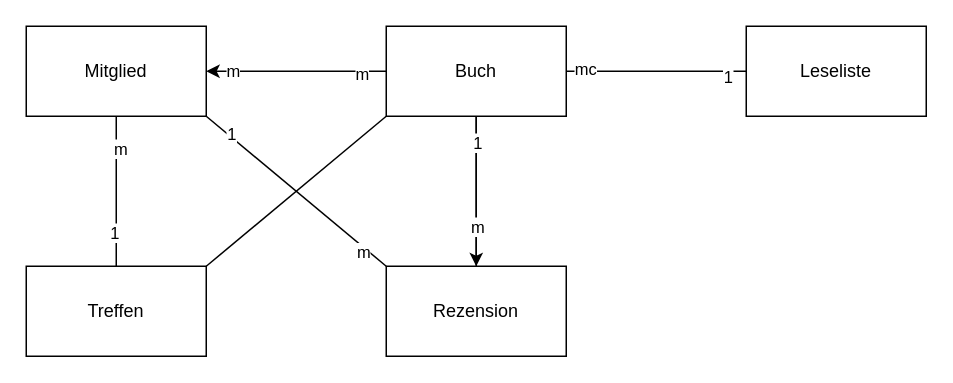
Earlier version of the draw.io diagram KN02/Untitled Diagram.drawio (ElmarKessler/m165_elmarkessler). Source tidied: cells renumbered, new cells numbered last; positions are measured from the earlier drawing's top-left corner, leaving out a move shared by most shapes. Both pictures are drawn from the tidied source at 150%, with x=0, y=0 at pixel (26, 26).
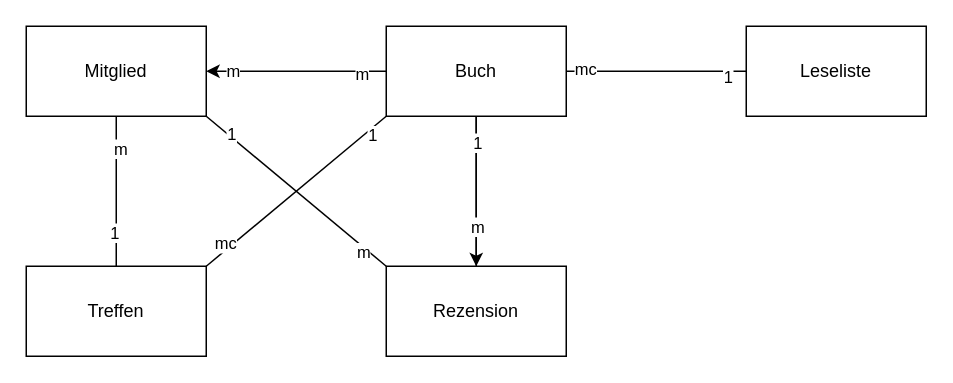
The same page after the edit.

The change refers to these unchanged cells:
```xml
<mxCell id="20" style="endArrow=none;html=1;rounded=0;entryX=0;entryY=1;entryDx=0;entryDy=0;" parent="1" edge="1" target="7">
  <mxGeometry relative="1" as="geometry">
    <mxPoint x="120" y="160" as="sourcePoint" />
  </mxGeometry>
</mxCell>
```

What changed in the source:
```diff
@@
+    <mxCell id="24" value="mc" style="edgeLabel;html=1;align=center;verticalAlign=middle;" parent="20" vertex="1">
+      <mxGeometry x="-0.74" y="4" relative="1" as="geometry" />
+    </mxCell>
+    <mxCell id="25" value="1" style="edgeLabel;html=1;align=center;verticalAlign=middle;" parent="20" vertex="1">
+      <mxGeometry x="0.81" y="-4" relative="1" as="geometry" />
+    </mxCell>
```
